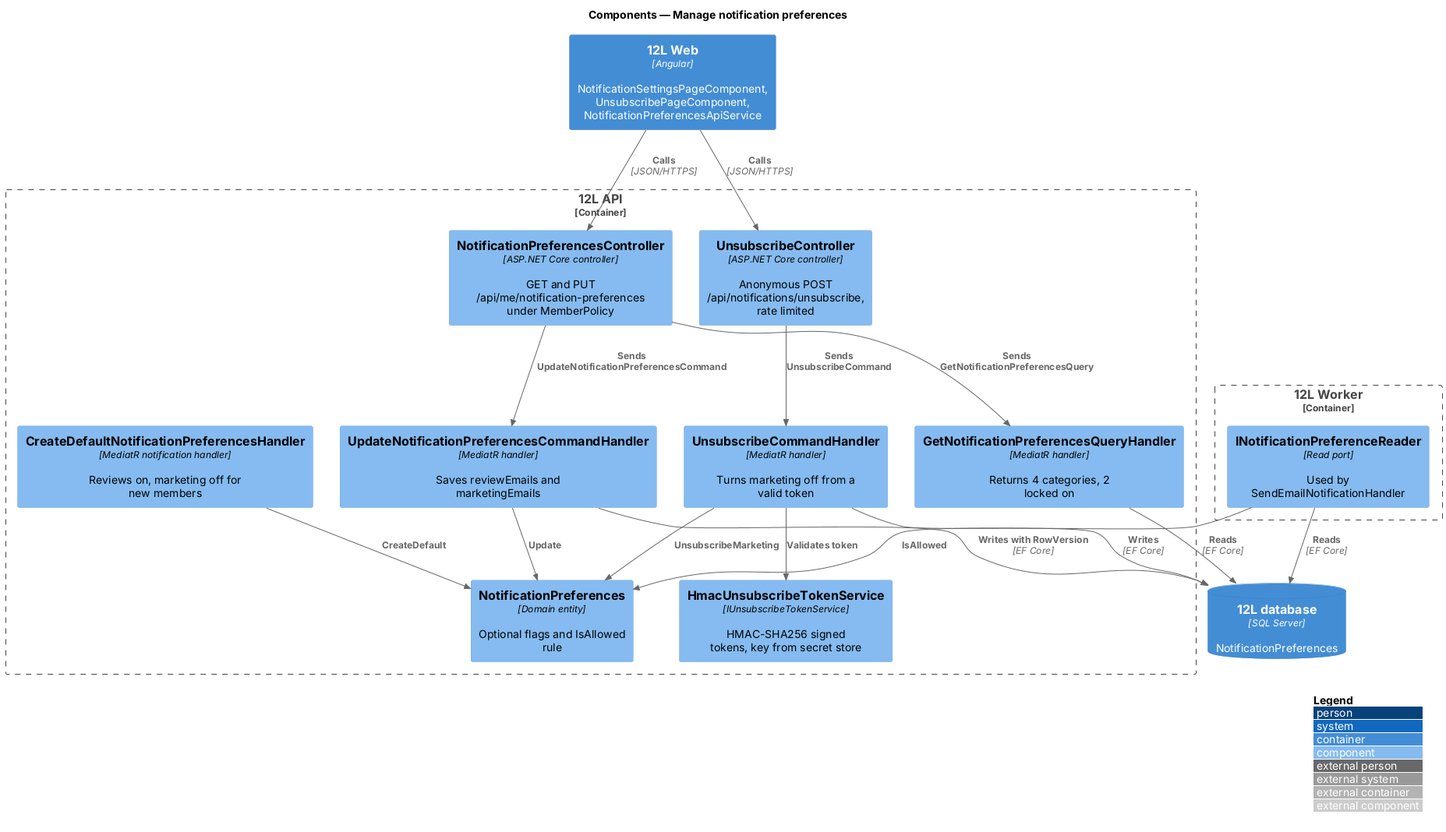
Before: docs/detailed-designs/notifications/manage-notification-preferences/diagrams/c4-component.png, a diagram exported from PlantUML (QuinntyneBrown/12l).
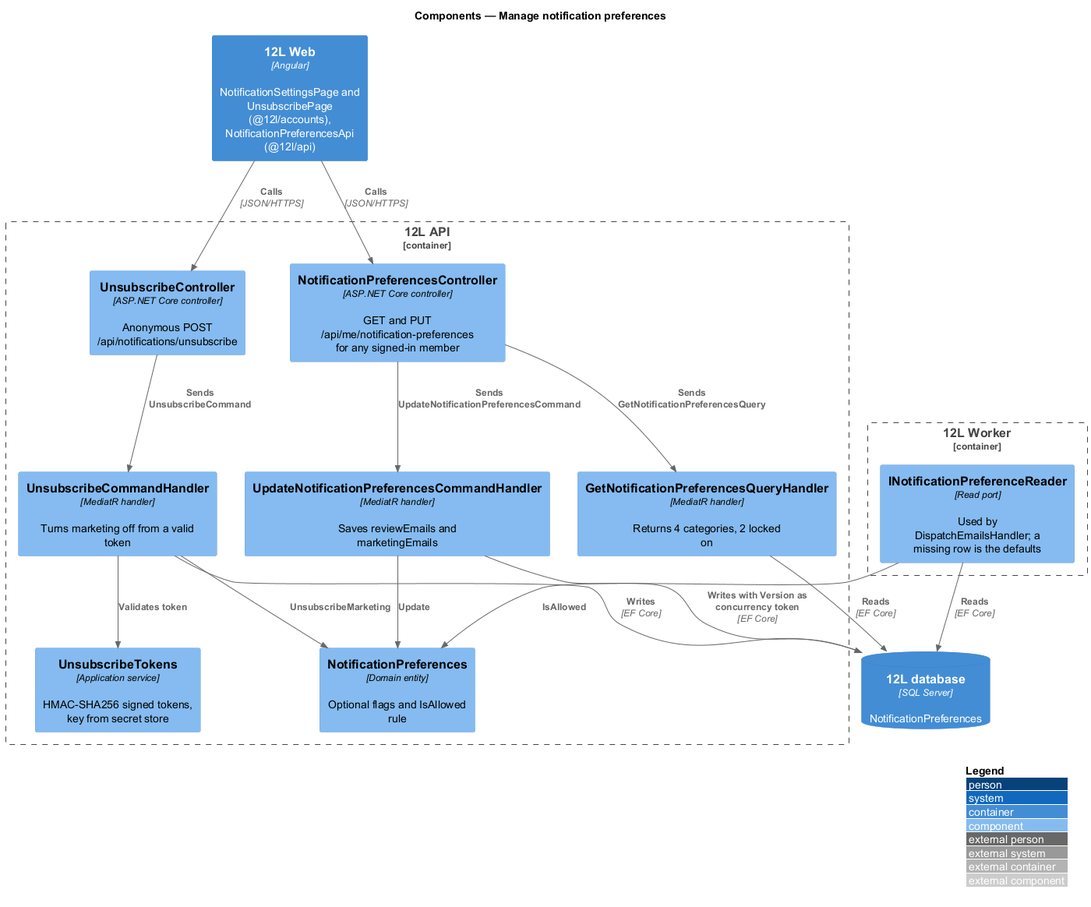
After the change.

Diff of the diagram source:
```diff
@@ -3,20 +3,19 @@
 LAYOUT_WITH_LEGEND()
 title Components — Manage notification preferences
 
-Container(web, "12L Web", "Angular", "NotificationSettingsPageComponent, UnsubscribePageComponent, NotificationPreferencesApiService")
+Container(web, "12L Web", "Angular", "NotificationSettingsPage and UnsubscribePage (@12l/accounts), NotificationPreferencesApi (@12l/api)")
 
 Container_Boundary(api, "12L API") {
-  Component(ctrl, "NotificationPreferencesController", "ASP.NET Core controller", "GET and PUT /api/me/notification-preferences under MemberPolicy")
-  Component(uctrl, "UnsubscribeController", "ASP.NET Core controller", "Anonymous POST /api/notifications/unsubscribe, rate limited")
+  Component(ctrl, "NotificationPreferencesController", "ASP.NET Core controller", "GET and PUT /api/me/notification-preferences for any signed-in member")
+  Component(uctrl, "UnsubscribeController", "ASP.NET Core controller", "Anonymous POST /api/notifications/unsubscribe")
   Component(get, "GetNotificationPreferencesQueryHandler", "MediatR handler", "Returns 4 categories, 2 locked on")
   Component(upd, "UpdateNotificationPreferencesCommandHandler", "MediatR handler", "Saves reviewEmails and marketingEmails")
   Component(unsub, "UnsubscribeCommandHandler", "MediatR handler", "Turns marketing off from a valid token")
-  Component(tokens, "HmacUnsubscribeTokenService", "IUnsubscribeTokenService", "HMAC-SHA256 signed tokens, key from secret store")
-  Component(defaults, "CreateDefaultNotificationPreferencesHandler", "MediatR notification handler", "Reviews on, marketing off for new members")
+  Component(tokens, "UnsubscribeTokens", "Application service", "HMAC-SHA256 signed tokens, key from secret store")
   Component(entity, "NotificationPreferences", "Domain entity", "Optional flags and IsAllowed rule")
 }
 Container_Boundary(worker, "12L Worker") {
-  Component(reader, "INotificationPreferenceReader", "Read port", "Used by SendEmailNotificationHandler")
+  Component(reader, "INotificationPreferenceReader", "Read port", "Used by DispatchEmailsHandler; a missing row is the defaults")
 }
 ContainerDb(db, "12L database", "SQL Server", "NotificationPreferences")
 
@@ -28,10 +27,9 @@
 Rel(unsub, tokens, "Validates token")
 Rel(upd, entity, "Update")
 Rel(unsub, entity, "UnsubscribeMarketing")
-Rel(defaults, entity, "CreateDefault")
 Rel(reader, entity, "IsAllowed")
 Rel(get, db, "Reads", "EF Core")
-Rel(upd, db, "Writes with RowVersion", "EF Core")
+Rel(upd, db, "Writes with Version as concurrency token", "EF Core")
 Rel(unsub, db, "Writes", "EF Core")
 Rel(reader, db, "Reads", "EF Core")
 @enduml
```
